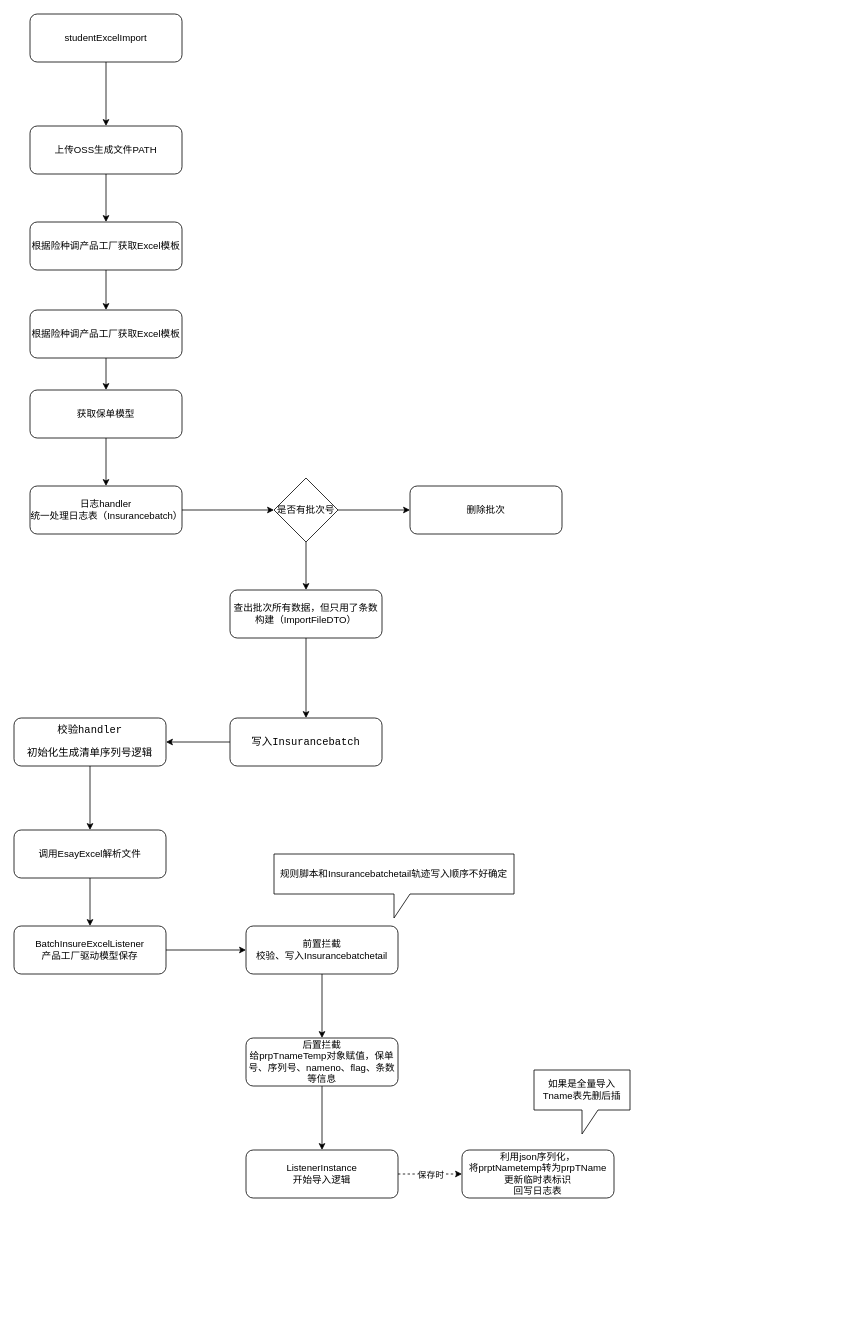
The draw.io diagram page "第 1 页" (1 of 2) of 1701清单上传流程图.drawio in java-zengguang/images, before the edit. Source tidied: cells renumbered, new cells numbered last; positions are measured from the earlier drawing's top-left corner, leaving out a move shared by most shapes. Both pictures are drawn from the tidied source at 80%, with x=0, y=0 at pixel (14, 14).
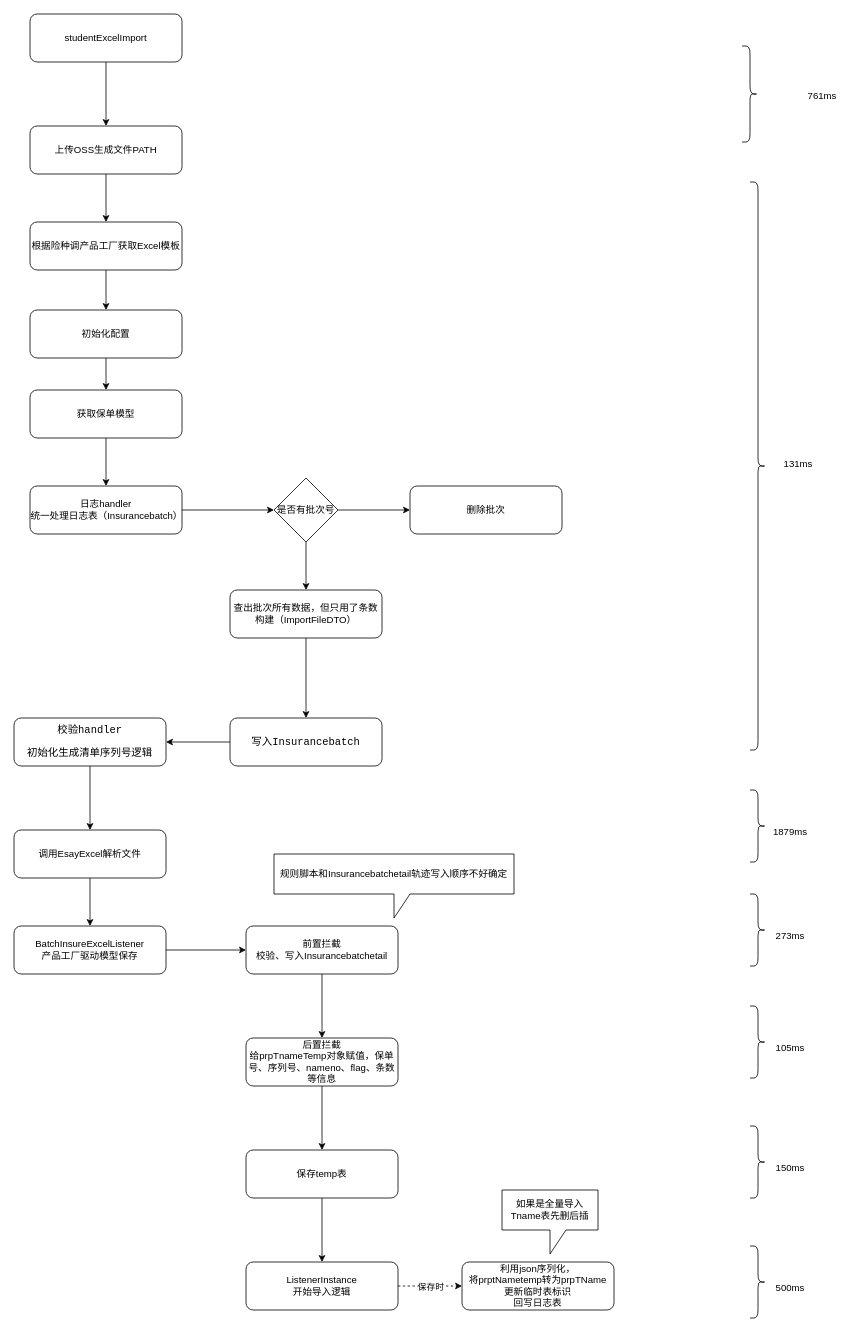
The same page after the edit.

Unchanged cells that the change refers to:
```xml
<mxCell id="31" value="后置拦截&lt;div&gt;给prpTnameTemp对象赋值，保单号、序列号、nameno、flag、条数等信息&lt;/div&gt;" style="rounded=1;whiteSpace=wrap;html=1;" parent="1" vertex="1">
  <mxGeometry x="290" y="1280" width="190" height="60" as="geometry" />
</mxCell>
```

What changed in the source:
```diff
@@
-    <mxCell id="9" value="根据险种调产品工厂获取Excel模板" style="rounded=1;whiteSpace=wrap;html=1;" parent="1" vertex="1">
+    <mxCell id="9" value="初始化配置" style="rounded=1;whiteSpace=wrap;html=1;" parent="1" vertex="1">
       <mxGeometry x="20" y="370" width="190" height="60" as="geometry" />
     </mxCell>
@@
-    <mxCell id="30" style="edgeStyle=orthogonalEdgeStyle;rounded=0;jettySize=auto;html=1;" parent="1" edge="1" source="31" target="34">
-      <mxGeometry relative="1" as="geometry" />
-    </mxCell>
+    <mxCell id="38" style="edgeStyle=orthogonalEdgeStyle;rounded=0;jettySize=auto;html=1;" parent="1" edge="1" source="31" target="50">
+      <mxGeometry relative="1" as="geometry" />
+    </mxCell>
@@
     <mxCell id="34" value="ListenerInstance&lt;br&gt;开始导入逻辑" style="rounded=1;whiteSpace=wrap;html=1;" parent="1" vertex="1">
-      <mxGeometry x="290" y="1420" width="190" height="60" as="geometry" />
+      <mxGeometry x="290" y="1560" width="190" height="60" as="geometry" />
     </mxCell>
     <mxCell id="35" value="利用json序列化，&lt;div&gt;将prptNametemp转为prpTName&lt;/div&gt;&lt;div&gt;更新临时表标识&lt;/div&gt;&lt;div&gt;回写日志表&lt;/div&gt;" style="rounded=1;whiteSpace=wrap;html=1;" parent="1" vertex="1">
-      <mxGeometry x="560" y="1420" width="190" height="60" as="geometry" />
+      <mxGeometry x="560" y="1560" width="190" height="60" as="geometry" />
     </mxCell>
     <mxCell id="36" value="如果是全量导入Tname表先删后插" style="shape=callout;whiteSpace=wrap;html=1;perimeter=calloutPerimeter;" parent="1" vertex="1">
-      <mxGeometry x="650" y="1320" width="120" height="80" as="geometry" />
+      <mxGeometry x="610" y="1470" width="120" height="80" as="geometry" />
     </mxCell>
@@
+    <mxCell id="39" style="shape=curlyBracket;whiteSpace=wrap;html=1;rounded=1;flipH=1;labelPosition=right;verticalLabelPosition=middle;align=left;verticalAlign=middle;" parent="1" vertex="1">
+      <mxGeometry x="910" y="40" width="20" height="120" as="geometry" />
+    </mxCell>
+    <mxCell id="40" value="761ms" style="text;html=1;align=center;verticalAlign=middle;strokeColor=none;fillColor=none;" parent="1" vertex="1">
+      <mxGeometry x="980" y="88" width="60" height="30" as="geometry" />
+    </mxCell>
+    <mxCell id="41" style="shape=curlyBracket;whiteSpace=wrap;html=1;rounded=1;flipH=1;labelPosition=right;verticalLabelPosition=middle;align=left;verticalAlign=middle;" parent="1" vertex="1">
+      <mxGeometry x="920" y="210" width="20" height="710" as="geometry" />
+    </mxCell>
+    <mxCell id="42" value="131ms" style="text;html=1;align=center;verticalAlign=middle;strokeColor=none;fillColor=none;" parent="1" vertex="1">
+      <mxGeometry x="950" y="548" width="60" height="30" as="geometry" />
+    </mxCell>
+    <mxCell id="43" style="shape=curlyBracket;whiteSpace=wrap;html=1;rounded=1;flipH=1;labelPosition=right;verticalLabelPosition=middle;align=left;verticalAlign=middle;" parent="1" vertex="1">
+      <mxGeometry x="920" y="970" width="20" height="90" as="geometry" />
+    </mxCell>
+    <mxCell id="44" value="1879ms" style="text;html=1;align=center;verticalAlign=middle;strokeColor=none;fillColor=none;" parent="1" vertex="1">
+      <mxGeometry x="935" y="1008" width="70" height="30" as="geometry" />
+    </mxCell>
+    <mxCell id="45" style="shape=curlyBracket;whiteSpace=wrap;html=1;rounded=1;flipH=1;labelPosition=right;verticalLabelPosition=middle;align=left;verticalAlign=middle;" parent="1" vertex="1">
+      <mxGeometry x="920" y="1100" width="20" height="90" as="geometry" />
+    </mxCell>
+    <mxCell id="46" value="273ms" style="text;html=1;align=center;verticalAlign=middle;strokeColor=none;fillColor=none;" parent="1" vertex="1">
+      <mxGeometry x="940" y="1138" width="60" height="30" as="geometry" />
+    </mxCell>
+    <mxCell id="47" style="shape=curlyBracket;whiteSpace=wrap;html=1;rounded=1;flipH=1;labelPosition=right;verticalLabelPosition=middle;align=left;verticalAlign=middle;" parent="1" vertex="1">
+      <mxGeometry x="920" y="1240" width="20" height="90" as="geometry" />
+    </mxCell>
+    <mxCell id="48" value="105ms" style="text;html=1;align=center;verticalAlign=middle;strokeColor=none;fillColor=none;" parent="1" vertex="1">
+      <mxGeometry x="940" y="1278" width="60" height="30" as="geometry" />
+    </mxCell>
+    <mxCell id="49" style="edgeStyle=orthogonalEdgeStyle;rounded=0;jettySize=auto;html=1;" parent="1" edge="1" source="50" target="34">
+      <mxGeometry relative="1" as="geometry" />
+    </mxCell>
+    <mxCell id="50" value="保存temp表" style="rounded=1;whiteSpace=wrap;html=1;" parent="1" vertex="1">
+      <mxGeometry x="290" y="1420" width="190" height="60" as="geometry" />
+    </mxCell>
+    <mxCell id="51" style="shape=curlyBracket;whiteSpace=wrap;html=1;rounded=1;flipH=1;labelPosition=right;verticalLabelPosition=middle;align=left;verticalAlign=middle;" parent="1" vertex="1">
+      <mxGeometry x="920" y="1390" width="20" height="90" as="geometry" />
+    </mxCell>
+    <mxCell id="52" value="150ms" style="text;html=1;align=center;verticalAlign=middle;strokeColor=none;fillColor=none;" parent="1" vertex="1">
+      <mxGeometry x="940" y="1428" width="60" height="30" as="geometry" />
+    </mxCell>
+    <mxCell id="53" style="shape=curlyBracket;whiteSpace=wrap;html=1;rounded=1;flipH=1;labelPosition=right;verticalLabelPosition=middle;align=left;verticalAlign=middle;" parent="1" vertex="1">
+      <mxGeometry x="920" y="1540" width="20" height="90" as="geometry" />
+    </mxCell>
+    <mxCell id="54" value="500ms" style="text;html=1;align=center;verticalAlign=middle;strokeColor=none;fillColor=none;" parent="1" vertex="1">
+      <mxGeometry x="940" y="1578" width="60" height="30" as="geometry" />
+    </mxCell>
```
